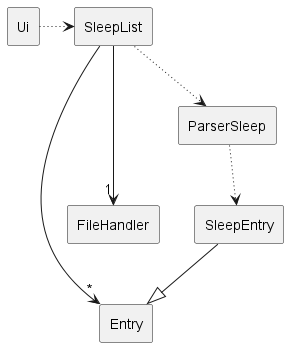
This is docs/assets/sleep.png from AY2324S2-CS2113-F15-2/tp, a PlantUML export, as it was before one commit.
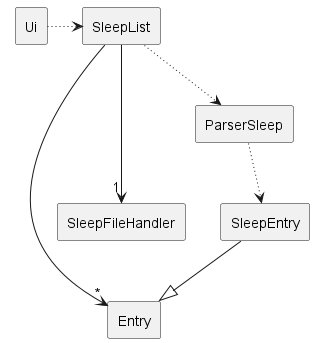
Later version of the same file.

Commit message:
update DG with new filehandler classes

The edit, as a diff of the source:
```diff
@@ -4,12 +4,12 @@
 rectangle SleepEntry
 
 rectangle Entry
-rectangle FileHandler
+rectangle SleepFileHandler
 rectangle Ui
 rectangle ParserSleep
 
 SleepList --> "*" Entry
-SleepList ---> "1" FileHandler
+SleepList ---> "1" SleepFileHandler
 SleepList --[dotted]> ParserSleep
 
 Ui -[dotted]> SleepList
```
